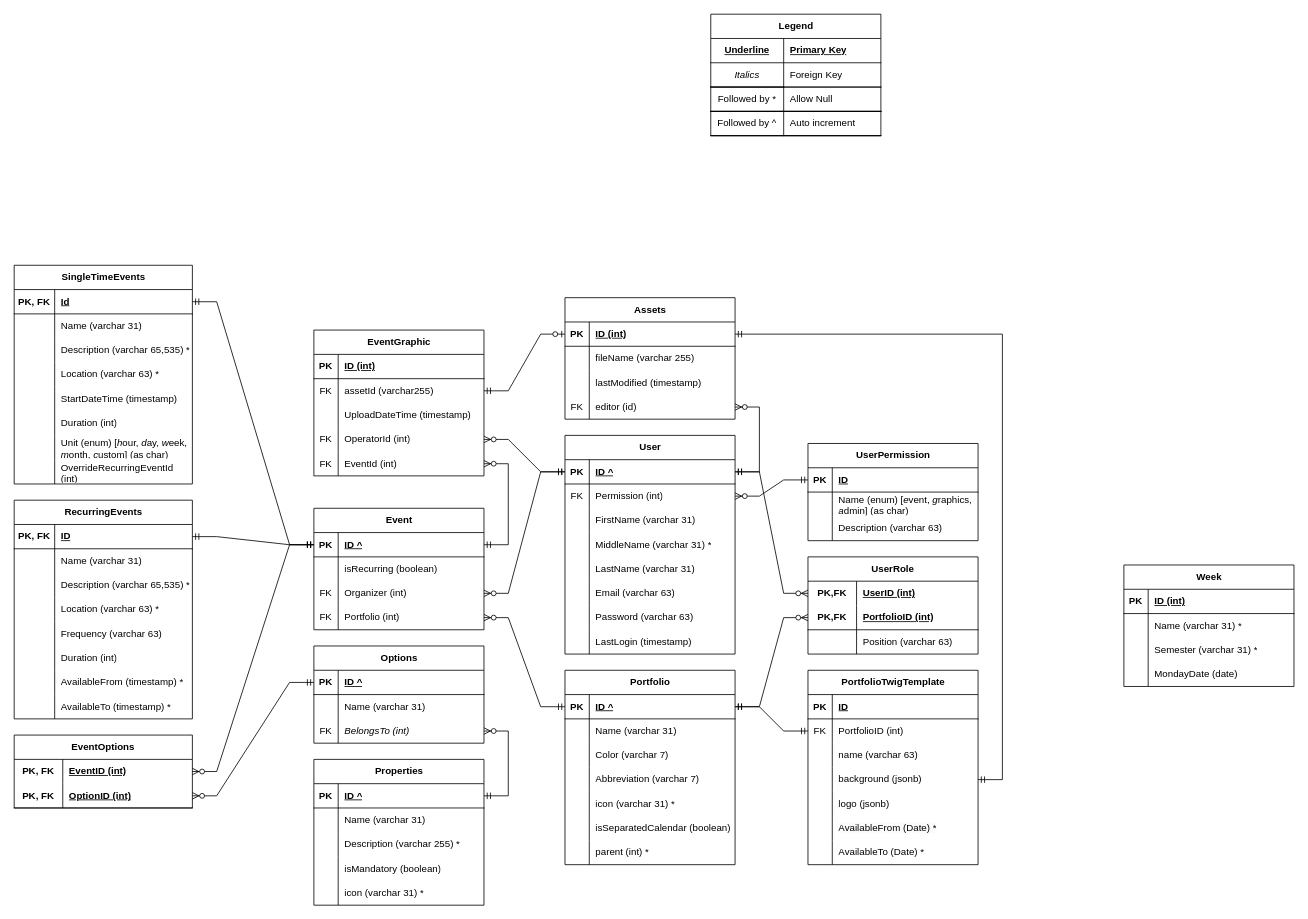
This is design/eTWIG.ER.drawio from stewebb/eTWIG, a draw.io file, before an edit. Source tidied: cells renumbered, new cells numbered last; positions are measured from the earlier drawing's top-left corner, leaving out a move shared by most shapes. Both pictures are drawn from the tidied source at 81%, with x=0, y=0 at pixel (14, 14).
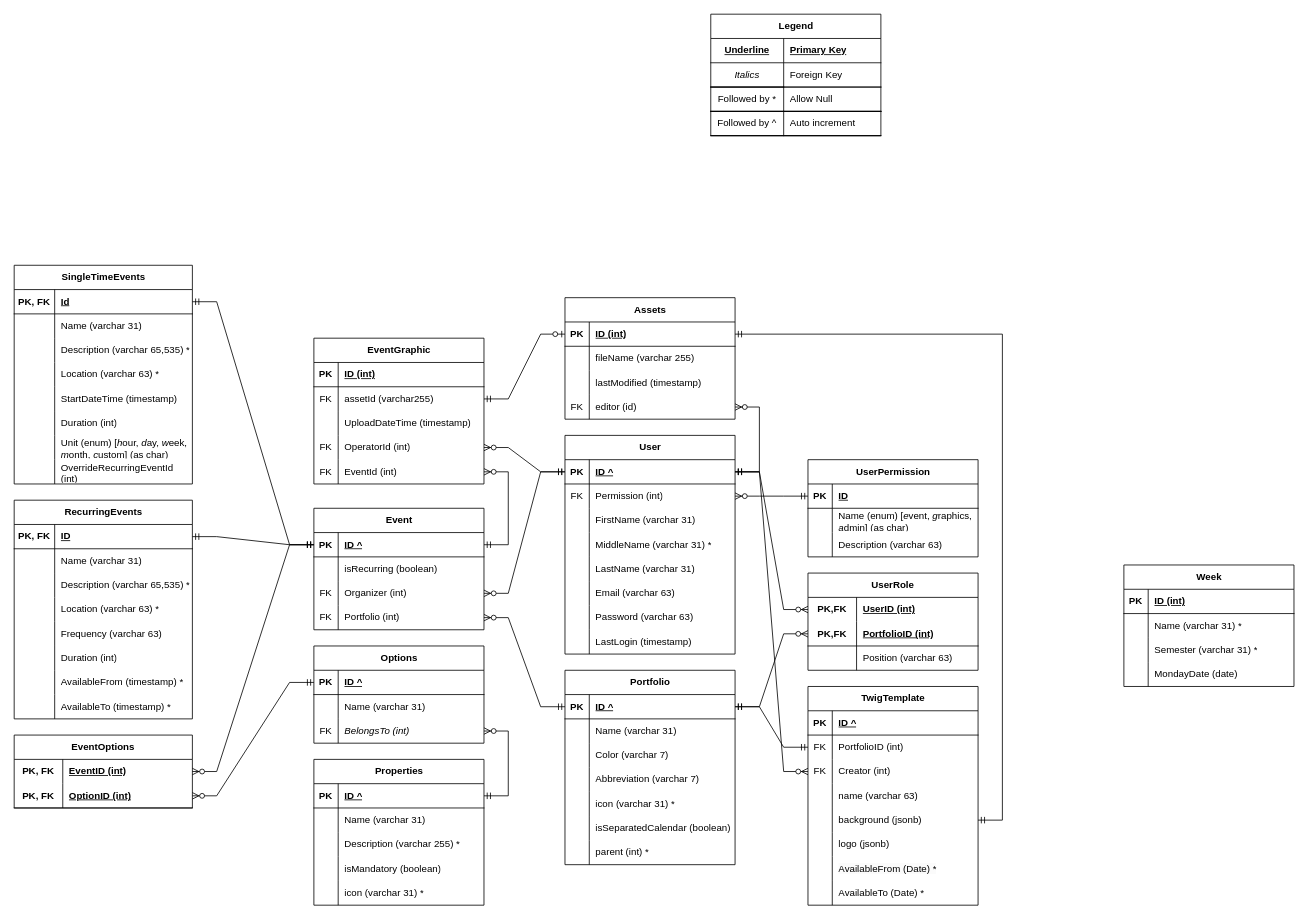
Above is the later version.

The change refers to these unchanged cells:
```xml
<mxCell id="51" style="shape=tableRow;horizontal=0;startSize=0;swimlaneHead=0;swimlaneBody=0;fillColor=none;points=[[0,0.5],[1,0.5]];portConstraint=eastwest;top=0;left=0;right=0;bottom=1;" parent="50" vertex="1">
  <mxGeometry y="30" width="210" height="30" as="geometry" />
</mxCell>
<mxCell id="237" style="shape=tableRow;horizontal=0;startSize=0;swimlaneHead=0;swimlaneBody=0;fillColor=none;top=0;left=0;right=0;bottom=1;" parent="236" vertex="1">
  <mxGeometry y="30" width="210" height="30" as="geometry" />
</mxCell>
```

Change to the diagram source:
```diff
@@
     <mxCell id="75" value="UserPermission" style="shape=table;startSize=30;childLayout=tableLayout;rowLines=0;fontStyle=1;align=center;html=1;" parent="1" vertex="1">
-      <mxGeometry x="980" y="530" width="210" height="120" as="geometry" />
+      <mxGeometry x="980" y="550" width="210" height="120" as="geometry" />
     </mxCell>
@@
     <mxCell id="188" value="UserRole" style="shape=table;startSize=30;childLayout=tableLayout;rowLines=0;fontStyle=1;align=center;html=1;whiteSpace=wrap;" parent="1" vertex="1">
-      <mxGeometry x="980" y="670" width="210" height="120" as="geometry" />
+      <mxGeometry x="980" y="690" width="210" height="120" as="geometry" />
     </mxCell>
@@
     <mxCell id="201" value="EventGraphic" style="shape=table;startSize=30;childLayout=tableLayout;rowLines=0;fontStyle=1;align=center;html=1;" parent="1" vertex="1">
-      <mxGeometry x="370" y="390" width="210" height="180" as="geometry" />
+      <mxGeometry x="370" y="400" width="210" height="180" as="geometry" />
     </mxCell>
@@
-    <mxCell id="236" value="PortfolioTwigTemplate" style="shape=table;startSize=30;childLayout=tableLayout;rowLines=0;fontStyle=1;align=center;html=1;" parent="1" vertex="1">
-      <mxGeometry x="980" y="810" width="210" height="240" as="geometry" />
+    <mxCell id="236" value="TwigTemplate" style="shape=table;startSize=30;childLayout=tableLayout;rowLines=0;fontStyle=1;align=center;html=1;" parent="1" vertex="1">
+      <mxGeometry x="980" y="830" width="210" height="270" as="geometry" />
     </mxCell>
@@
-    <mxCell id="239" value="ID" style="shape=partialRectangle;fillColor=none;top=0;left=0;bottom=0;right=0;align=left;spacingLeft=6;fontStyle=5;overflow=hidden;whiteSpace=wrap;html=1;" parent="237" vertex="1">
+    <mxCell id="239" value="ID ^" style="shape=partialRectangle;fillColor=none;top=0;left=0;bottom=0;right=0;align=left;spacingLeft=6;fontStyle=5;overflow=hidden;whiteSpace=wrap;html=1;" parent="237" vertex="1">
       <mxGeometry x="30" width="180" height="30" as="geometry" />
     </mxCell>
@@
+    <mxCell id="258" style="shape=tableRow;horizontal=0;startSize=0;swimlaneHead=0;swimlaneBody=0;fillColor=none;points=[[0,0.5],[1,0.5]];portConstraint=eastwest;top=0;left=0;right=0;bottom=0;" parent="236" vertex="1">
+      <mxGeometry y="90" width="210" height="30" as="geometry" />
+    </mxCell>
+    <mxCell id="259" value="FK" style="shape=partialRectangle;fillColor=none;top=0;left=0;bottom=0;right=0;overflow=hidden;whiteSpace=wrap;html=1;" parent="258" vertex="1">
+      <mxGeometry width="30" height="30" as="geometry" />
+    </mxCell>
+    <mxCell id="260" value="Creator (int)" style="shape=partialRectangle;fillColor=none;top=0;left=0;bottom=0;right=0;align=left;spacingLeft=6;overflow=hidden;whiteSpace=wrap;html=1;" parent="258" vertex="1">
+      <mxGeometry x="30" width="180" height="30" as="geometry" />
+    </mxCell>
     <mxCell id="243" style="shape=tableRow;horizontal=0;startSize=0;swimlaneHead=0;swimlaneBody=0;fillColor=none;top=0;left=0;right=0;bottom=0;" parent="236" vertex="1">
-      <mxGeometry y="90" width="210" height="30" as="geometry" />
+      <mxGeometry y="120" width="210" height="30" as="geometry" />
     </mxCell>
@@
     <mxCell id="246" style="shape=tableRow;horizontal=0;startSize=0;swimlaneHead=0;swimlaneBody=0;fillColor=none;points=[[0,0.5],[1,0.5]];portConstraint=eastwest;top=0;left=0;right=0;bottom=0;" parent="236" vertex="1">
-      <mxGeometry y="120" width="210" height="30" as="geometry" />
+      <mxGeometry y="150" width="210" height="30" as="geometry" />
     </mxCell>
@@
     <mxCell id="249" style="shape=tableRow;horizontal=0;startSize=0;swimlaneHead=0;swimlaneBody=0;fillColor=none;top=0;left=0;right=0;bottom=0;" parent="236" vertex="1">
-      <mxGeometry y="150" width="210" height="30" as="geometry" />
+      <mxGeometry y="180" width="210" height="30" as="geometry" />
     </mxCell>
@@
     <mxCell id="252" style="shape=tableRow;horizontal=0;startSize=0;swimlaneHead=0;swimlaneBody=0;fillColor=none;top=0;left=0;right=0;bottom=0;" parent="236" vertex="1">
-      <mxGeometry y="180" width="210" height="30" as="geometry" />
+      <mxGeometry y="210" width="210" height="30" as="geometry" />
     </mxCell>
@@
     <mxCell id="255" style="shape=tableRow;horizontal=0;startSize=0;swimlaneHead=0;swimlaneBody=0;fillColor=none;top=0;left=0;right=0;bottom=0;" parent="236" vertex="1">
-      <mxGeometry y="210" width="210" height="30" as="geometry" />
+      <mxGeometry y="240" width="210" height="30" as="geometry" />
     </mxCell>
@@
+    <mxCell id="261" style="edgeStyle=entityRelationEdgeStyle;fontSize=12;html=1;endArrow=ERzeroToMany;startArrow=ERmandOne;rounded=0;exitX=1;exitY=0.5;exitDx=0;exitDy=0;entryX=0;entryY=0.5;entryDx=0;entryDy=0;" parent="1" edge="1" source="51" target="258">
+      <mxGeometry relative="1" as="geometry">
+        <Array as="points">
+          <mxPoint x="1240" y="1015" />
+          <mxPoint x="1310" y="1035" />
+          <mxPoint x="1460" y="1125" />
+        </Array>
+      </mxGeometry>
+    </mxCell>
```
